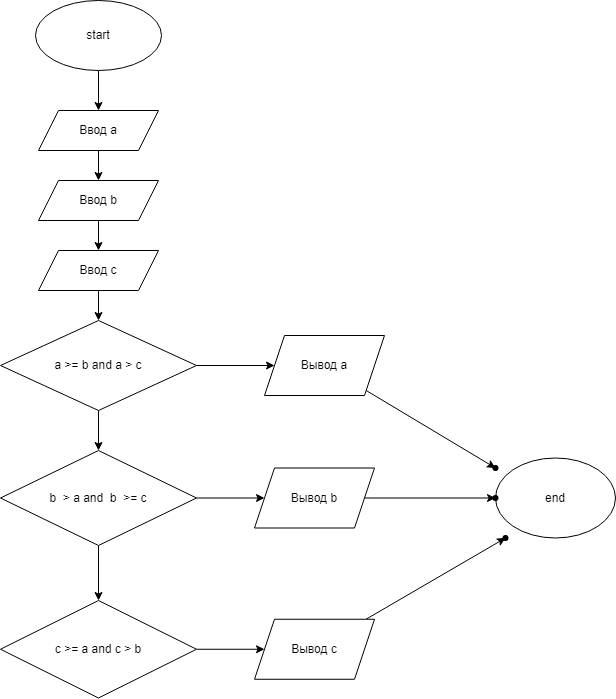
This is scharp/Homework/Homework_01/Ex004/diagram.drawio.png from JuliaSukhova/Seminar_Ex001, a draw.io export, as it was before one commit. Source tidied: cells renumbered, new cells last; positions are measured from the earlier drawing's top-left corner, leaving out a move shared by most shapes.
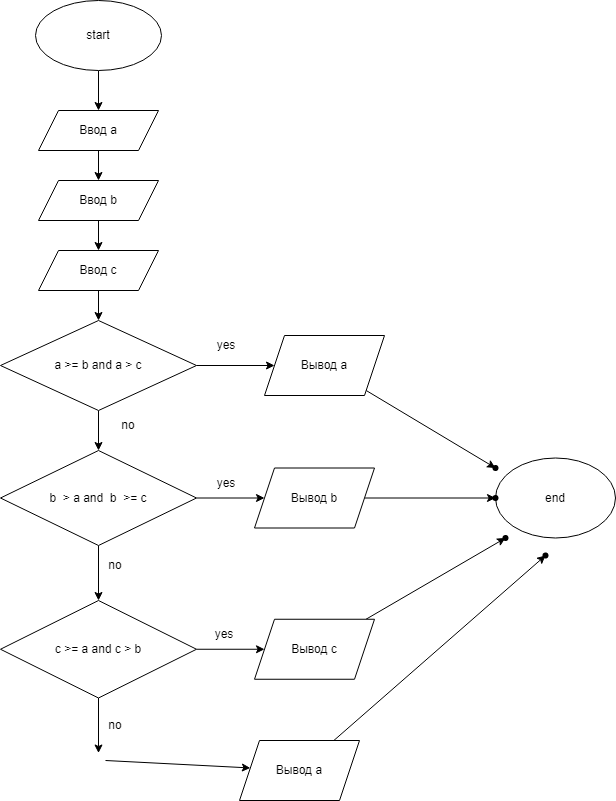
After the commit.

Commit message:
Задача решена

What changed in the source:
```diff
@@ -80,5 +80,43 @@
     <mxCell id="27" style="shape=waypoint;sketch=0;size=6;points=[];fillColor=default;perimeter=centerPerimeter;snapToPoint=1;" parent="1" vertex="1">
       <mxGeometry x="485" y="457.5" width="20" height="20" as="geometry" />
     </mxCell>
+    <mxCell id="28" style="edgeStyle=none;html=1;" parent="1" edge="1">
+      <mxGeometry relative="1" as="geometry">
+        <mxPoint x="98" y="697.5" as="sourcePoint" />
+        <mxPoint x="98" y="752.5" as="targetPoint" />
+      </mxGeometry>
+    </mxCell>
+    <mxCell id="29" style="edgeStyle=none;html=1;" parent="1" edge="1" target="31">
+      <mxGeometry relative="1" as="geometry">
+        <mxPoint x="105" y="760" as="sourcePoint" />
+      </mxGeometry>
+    </mxCell>
+    <mxCell id="30" style="edgeStyle=none;html=1;" parent="1" edge="1" source="31" target="32">
+      <mxGeometry relative="1" as="geometry" />
+    </mxCell>
+    <mxCell id="31" value="Вывод a" style="shape=parallelogram;perimeter=parallelogramPerimeter;whiteSpace=wrap;html=1;fixedSize=1;" parent="1" vertex="1">
+      <mxGeometry x="239" y="740" width="120" height="60" as="geometry" />
+    </mxCell>
+    <mxCell id="32" style="shape=waypoint;sketch=0;size=6;points=[];fillColor=default;perimeter=centerPerimeter;snapToPoint=1;" parent="1" vertex="1">
+      <mxGeometry x="535" y="545" width="20" height="20" as="geometry" />
+    </mxCell>
+    <mxCell id="33" value="yes" style="text;html=1;strokeColor=none;fillColor=none;align=center;verticalAlign=middle;whiteSpace=wrap;rounded=0;" parent="1" vertex="1">
+      <mxGeometry x="196" y="330" width="60" height="30" as="geometry" />
+    </mxCell>
+    <mxCell id="34" value="no" style="text;html=1;strokeColor=none;fillColor=none;align=center;verticalAlign=middle;whiteSpace=wrap;rounded=0;" parent="1" vertex="1">
+      <mxGeometry x="98" y="410" width="60" height="30" as="geometry" />
+    </mxCell>
+    <mxCell id="35" value="yes" style="text;html=1;strokeColor=none;fillColor=none;align=center;verticalAlign=middle;whiteSpace=wrap;rounded=0;" parent="1" vertex="1">
+      <mxGeometry x="196" y="467.5" width="60" height="30" as="geometry" />
+    </mxCell>
+    <mxCell id="36" value="no" style="text;html=1;strokeColor=none;fillColor=none;align=center;verticalAlign=middle;whiteSpace=wrap;rounded=0;" parent="1" vertex="1">
+      <mxGeometry x="85" y="550" width="60" height="30" as="geometry" />
+    </mxCell>
+    <mxCell id="37" value="no" style="text;html=1;strokeColor=none;fillColor=none;align=center;verticalAlign=middle;whiteSpace=wrap;rounded=0;" parent="1" vertex="1">
+      <mxGeometry x="85" y="710" width="60" height="30" as="geometry" />
+    </mxCell>
+    <mxCell id="38" value="yes" style="text;html=1;strokeColor=none;fillColor=none;align=center;verticalAlign=middle;whiteSpace=wrap;rounded=0;" parent="1" vertex="1">
+      <mxGeometry x="194" y="618.8" width="60" height="30" as="geometry" />
+    </mxCell>
   </root>
 </mxGraphModel>
```
